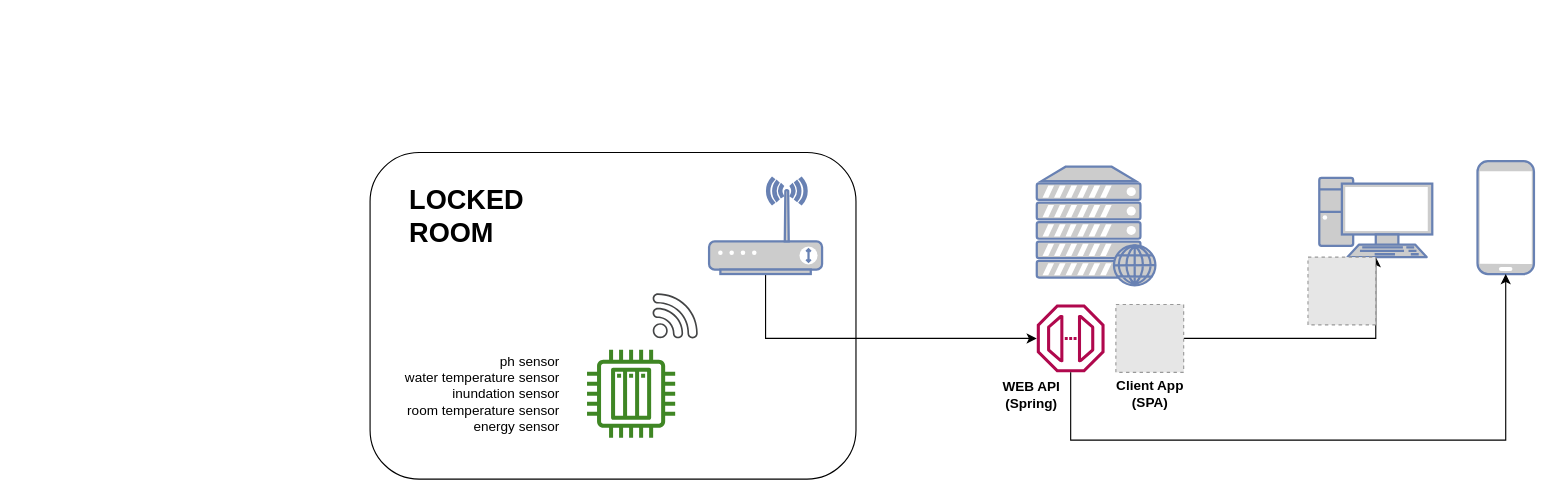
Earlier version of the draw.io diagram PS - squeeme.drawio (MiguelRocha2001/PS-Monitor-IoT-System). Source tidied: cells renumbered, new cells numbered last; positions are measured from the earlier drawing's top-left corner, leaving out a move shared by most shapes. Both pictures are drawn from the tidied source at 113%, with x=0, y=0 at pixel (370, 153). Pictures stored in the file or linked from it are replaced by grey dashed boxes.
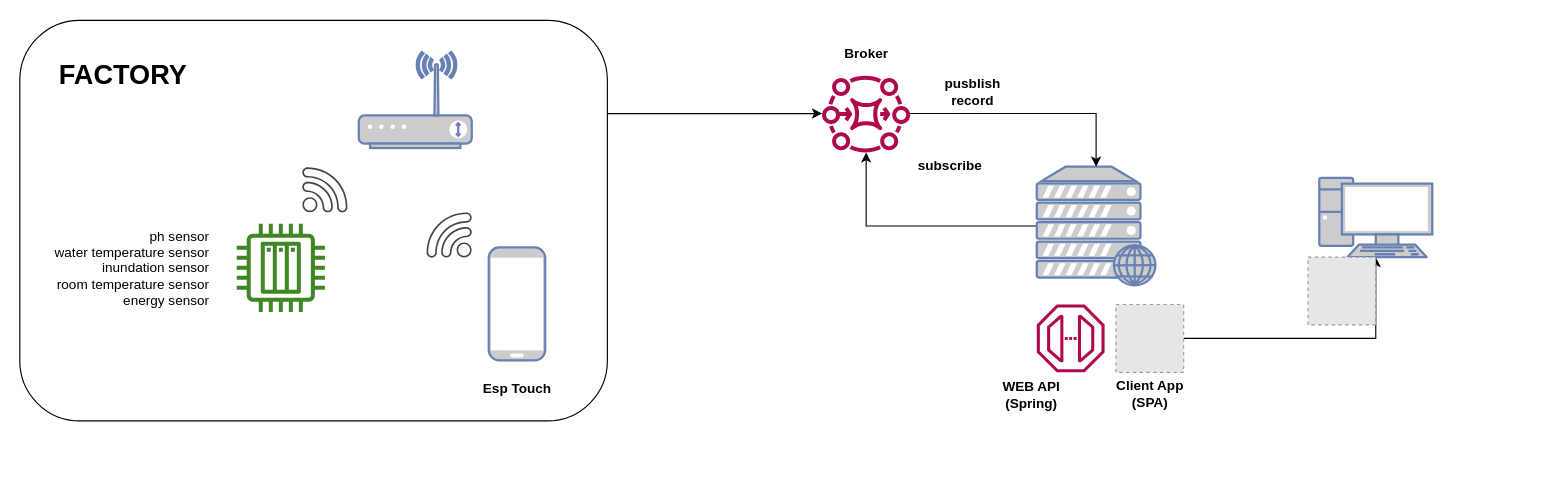
After the change.

Unchanged cells that the change refers to:
```xml
<mxCell id="7" style="fontColor=#0066CC;verticalAlign=top;verticalLabelPosition=bottom;labelPosition=center;align=center;html=1;outlineConnect=0;fillColor=#CCCCCC;strokeColor=#6881B3;gradientColor=none;gradientDirection=north;strokeWidth=2;shape=mxgraph.networks.web_server;" parent="1" vertex="1">
  <mxGeometry x="590" y="12" width="105" height="105" as="geometry" />
</mxCell>
<mxCell id="10" style="sketch=0;outlineConnect=0;fontColor=#232F3E;gradientColor=none;fillColor=#B0084D;strokeColor=none;dashed=0;verticalLabelPosition=bottom;verticalAlign=top;align=center;html=1;fontSize=12;fontStyle=0;shape=mxgraph.aws4.endpoint;" parent="1" vertex="1">
  <mxGeometry x="590" y="134" width="60" height="60" as="geometry" />
</mxCell>
```

What changed in the source:
```diff
@@
     <mxCell id="2" style="rounded=1;whiteSpace=wrap;html=1;" parent="1" vertex="1">
-      <mxGeometry y="-0.5" width="430" height="289" as="geometry" />
+      <mxGeometry x="-310" y="-117.5" width="520" height="354.5" as="geometry" />
     </mxCell>
     <mxCell id="3" style="sketch=0;fontColor=#232F3E;gradientColor=none;fillColor=#3F8624;strokeColor=none;dashed=0;verticalLabelPosition=bottom;verticalAlign=top;align=center;html=1;fontSize=12;fontStyle=0;shape=mxgraph.aws4.iot_thing_plc;" parent="1" vertex="1">
-      <mxGeometry x="192" y="174" width="78" height="78" as="geometry" />
+      <mxGeometry x="-118" y="62.5" width="78" height="78" as="geometry" />
     </mxCell>
     <mxCell id="4" style="sketch=0;shadow=0;dashed=0;html=1;strokeColor=none;fillColor=#434445;labelPosition=center;verticalLabelPosition=bottom;verticalAlign=top;align=center;shape=mxgraph.vvd.wi_fi;" parent="1" vertex="1">
-      <mxGeometry x="250" y="124" width="40" height="40" as="geometry" />
+      <mxGeometry x="-60" y="12.5" width="40" height="40" as="geometry" />
     </mxCell>
@@
-    <mxCell id="6" style="fontColor=#0066CC;verticalAlign=top;verticalLabelPosition=bottom;labelPosition=center;align=center;html=1;outlineConnect=0;fillColor=#CCCCCC;strokeColor=#6881B3;gradientColor=none;gradientDirection=north;strokeWidth=2;shape=mxgraph.networks.mobile;" parent="1" vertex="1">
-      <mxGeometry x="980" y="7" width="50" height="100" as="geometry" />
-    </mxCell>
+    <mxCell id="19" style="edgeStyle=orthogonalEdgeStyle;rounded=0;jettySize=auto;html=1;" parent="1" edge="1" source="7" target="21">
+      <mxGeometry relative="1" as="geometry" />
+    </mxCell>
@@
-    <mxCell id="8" style="edgeStyle=orthogonalEdgeStyle;rounded=0;jettySize=auto;html=1;" parent="1" edge="1" source="9" target="10">
+    <mxCell id="8" style="edgeStyle=orthogonalEdgeStyle;rounded=0;jettySize=auto;html=1;" parent="1" edge="1" source="2" target="21">
       <mxGeometry relative="1" as="geometry">
         <Array as="points">
-          <mxPoint x="350" y="164" />
+          <mxPoint x="260" y="-35" />
+          <mxPoint x="260" y="-35" />
         </Array>
       </mxGeometry>
     </mxCell>
     <mxCell id="9" style="fontColor=#0066CC;verticalAlign=top;verticalLabelPosition=bottom;labelPosition=center;align=center;html=1;outlineConnect=0;fillColor=#CCCCCC;strokeColor=#6881B3;gradientColor=none;gradientDirection=north;strokeWidth=2;shape=mxgraph.networks.wireless_modem;" parent="1" vertex="1">
-      <mxGeometry x="300" y="22" width="100" height="85" as="geometry" />
+      <mxGeometry x="-10" y="-89.5" width="100" height="85" as="geometry" />
     </mxCell>
@@
-    <mxCell id="12" style="edgeStyle=orthogonalEdgeStyle;rounded=0;jettySize=auto;html=1;" parent="1" edge="1" source="10" target="6">
-      <mxGeometry relative="1" as="geometry">
-        <Array as="points">
-          <mxPoint x="620" y="254" />
-          <mxPoint x="1005" y="254" />
-        </Array>
-      </mxGeometry>
-    </mxCell>
@@
-    <mxCell id="16" value="&lt;h1&gt;LOCKED ROOM&lt;/h1&gt;" style="text;html=1;strokeColor=none;fillColor=none;spacing=5;spacingTop=-20;whiteSpace=wrap;overflow=hidden;rounded=0;" parent="1" vertex="1">
-      <mxGeometry x="30" y="22" width="190" height="120" as="geometry" />
+    <mxCell id="16" value="&lt;h1&gt;FACTORY&lt;/h1&gt;" style="text;html=1;strokeColor=none;fillColor=none;spacing=5;spacingTop=-20;whiteSpace=wrap;overflow=hidden;rounded=0;" parent="1" vertex="1">
+      <mxGeometry x="-280" y="-89.5" width="190" height="120" as="geometry" />
     </mxCell>
     <mxCell id="17" value="ph sensor&lt;br&gt;water temperature sensor&lt;br&gt;inundation sensor&lt;br&gt;room temperature sensor&lt;br&gt;energy sensor" style="text;html=1;strokeColor=none;fillColor=none;align=right;verticalAlign=middle;whiteSpace=wrap;rounded=0;fontStyle=0;" parent="1" vertex="1">
-      <mxGeometry x="10" y="162.5" width="160" height="101" as="geometry" />
+      <mxGeometry x="-300" y="51" width="160" height="101" as="geometry" />
     </mxCell>
@@
+    <mxCell id="20" style="edgeStyle=orthogonalEdgeStyle;rounded=0;jettySize=auto;html=1;" parent="1" edge="1" source="21" target="7">
+      <mxGeometry relative="1" as="geometry" />
+    </mxCell>
+    <mxCell id="21" style="sketch=0;outlineConnect=0;fontColor=#232F3E;gradientColor=none;fillColor=#B0084D;strokeColor=none;dashed=0;verticalLabelPosition=bottom;verticalAlign=top;align=center;html=1;fontSize=12;fontStyle=0;shape=mxgraph.aws4.mq_broker;" parent="1" vertex="1">
+      <mxGeometry x="400" y="-74" width="78" height="78" as="geometry" />
+    </mxCell>
+    <mxCell id="22" value="Broker" style="text;html=1;align=center;verticalAlign=middle;strokeColor=none;fillColor=none;fontStyle=1;" parent="1" vertex="1">
+      <mxGeometry x="409" y="-103" width="60" height="30" as="geometry" />
+    </mxCell>
+    <mxCell id="23" value="pusblish&lt;br&gt;record" style="text;html=1;align=center;verticalAlign=middle;strokeColor=none;fillColor=none;fontStyle=1;" parent="1" vertex="1">
+      <mxGeometry x="498" y="-74" width="70" height="40" as="geometry" />
+    </mxCell>
+    <mxCell id="24" style="fontColor=#0066CC;verticalAlign=top;verticalLabelPosition=bottom;labelPosition=center;align=center;html=1;fillColor=#CCCCCC;strokeColor=#6881B3;gradientColor=none;gradientDirection=north;strokeWidth=2;shape=mxgraph.networks.mobile;" parent="1" vertex="1">
+      <mxGeometry x="105" y="83.5" width="50" height="100" as="geometry" />
+    </mxCell>
+    <mxCell id="25" value="Esp Touch" style="text;html=1;align=center;verticalAlign=middle;strokeColor=none;fillColor=none;fontStyle=1;" parent="1" vertex="1">
+      <mxGeometry x="90" y="193.5" width="80" height="30" as="geometry" />
+    </mxCell>
+    <mxCell id="26" style="sketch=0;shadow=0;dashed=0;html=1;strokeColor=none;fillColor=#434445;labelPosition=center;verticalLabelPosition=bottom;verticalAlign=top;align=center;shape=mxgraph.vvd.wi_fi;flipH=1;" parent="1" vertex="1">
+      <mxGeometry x="50" y="52.5" width="40" height="40" as="geometry" />
+    </mxCell>
+    <mxCell id="27" value="subscribe" style="text;html=1;align=center;verticalAlign=middle;strokeColor=none;fillColor=none;fontStyle=1;" parent="1" vertex="1">
+      <mxGeometry x="473" y="-4.5" width="80" height="30" as="geometry" />
+    </mxCell>
```
